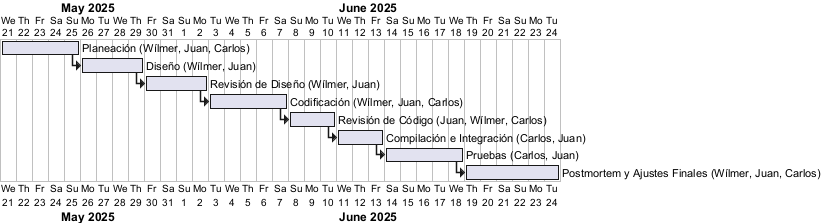
The PlantUML diagram Diagramas/PNG/calendario.png in wilmereleon/PlenaStudio, before a commit. The source it was exported from:
```plantuml
@startgantt
Project starts 2025-05-21

[Planeación (Wílmer, Juan, Carlos)] requires 5 days

[Diseño (Wílmer, Juan)] requires 4 days
[Diseño (Wílmer, Juan)] starts at [Planeación (Wílmer, Juan, Carlos)]'s end

[Revisión de Diseño (Wílmer, Juan)] requires 4 days
[Revisión de Diseño (Wílmer, Juan)] starts at [Diseño (Wílmer, Juan)]'s end

[Codificación (Wílmer, Juan, Carlos)] requires 5 days
[Codificación (Wílmer, Juan, Carlos)] starts at [Revisión de Diseño (Wílmer, Juan)]'s end

[Revisión de Código (Juan, Wílmer, Carlos)] requires 3 days
[Revisión de Código (Juan, Wílmer, Carlos)] starts at [Codificación (Wílmer, Juan, Carlos)]'s end

[Compilación e Integración (Carlos, Juan)] requires 3 days
[Compilación e Integración (Carlos, Juan)] starts at [Revisión de Código (Juan, Wílmer, Carlos)]'s end

[Pruebas (Carlos, Juan)] requires 5 days
[Pruebas (Carlos, Juan)] starts at [Compilación e Integración (Carlos, Juan)]'s end

[Postmortem y Ajustes Finales (Wílmer, Juan, Carlos)] requires 6 days
[Postmortem y Ajustes Finales (Wílmer, Juan, Carlos)] starts at [Pruebas (Carlos, Juan)]'s end

@endgantt
```
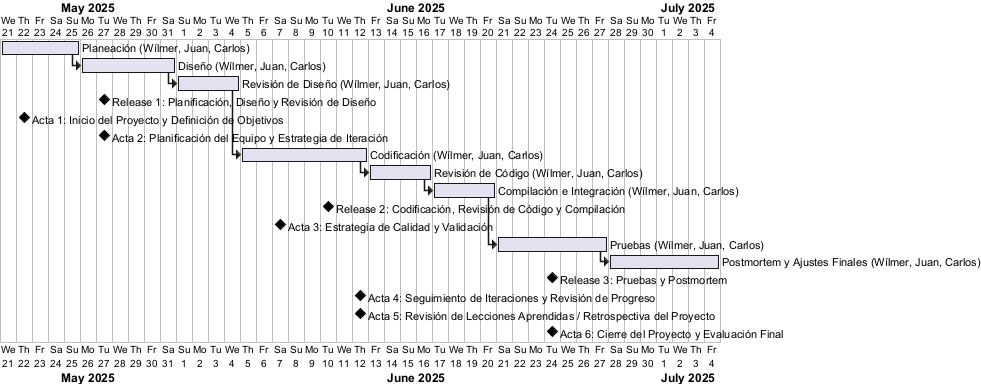
After the change.

Commit message:
Actualización de calendario

The edit, as a diff of the source:
```diff
@@ -1,27 +1,37 @@
 @startgantt
 Project starts 2025-05-21
 
-[Planeación (Wílmer, Juan, Carlos)] requires 5 days
+[Planeación (Wílmer, Juan, Carlos)] lasts 5 days
+[Diseño (Wílmer, Juan, Carlos)] lasts 6 days
+[Diseño (Wílmer, Juan, Carlos)] starts at [Planeación (Wílmer, Juan, Carlos)]'s end
+[Revisión de Diseño (Wílmer, Juan, Carlos)] lasts 4 days
+[Revisión de Diseño (Wílmer, Juan, Carlos)] starts at [Diseño (Wílmer, Juan, Carlos)]'s end
 
-[Diseño (Wílmer, Juan)] requires 4 days
-[Diseño (Wílmer, Juan)] starts at [Planeación (Wílmer, Juan, Carlos)]'s end
+[Release 1: Planificación, Diseño y Revisión de Diseño] happens on 2025-05-27
 
-[Revisión de Diseño (Wílmer, Juan)] requires 4 days
-[Revisión de Diseño (Wílmer, Juan)] starts at [Diseño (Wílmer, Juan)]'s end
+[Acta 1: Inicio del Proyecto y Definición de Objetivos] happens on 2025-05-22
+[Acta 2: Planificación del Equipo y Estrategia de Iteración] happens on 2025-05-27
 
-[Codificación (Wílmer, Juan, Carlos)] requires 5 days
-[Codificación (Wílmer, Juan, Carlos)] starts at [Revisión de Diseño (Wílmer, Juan)]'s end
+[Codificación (Wílmer, Juan, Carlos)] lasts 8 days
+[Codificación (Wílmer, Juan, Carlos)] starts at [Revisión de Diseño (Wílmer, Juan, Carlos)]'s end
+[Revisión de Código (Wílmer, Juan, Carlos)] lasts 4 days
+[Revisión de Código (Wílmer, Juan, Carlos)] starts at [Codificación (Wílmer, Juan, Carlos)]'s end
+[Compilación e Integración (Wílmer, Juan, Carlos)] lasts 4 days
+[Compilación e Integración (Wílmer, Juan, Carlos)] starts at [Revisión de Código (Wílmer, Juan, Carlos)]'s end
 
-[Revisión de Código (Juan, Wílmer, Carlos)] requires 3 days
-[Revisión de Código (Juan, Wílmer, Carlos)] starts at [Codificación (Wílmer, Juan, Carlos)]'s end
+[Release 2: Codificación, Revisión de Código y Compilación] happens on 2025-06-10
 
-[Compilación e Integración (Carlos, Juan)] requires 3 days
-[Compilación e Integración (Carlos, Juan)] starts at [Revisión de Código (Juan, Wílmer, Carlos)]'s end
+[Acta 3: Estrategia de Calidad y Validación] happens on 2025-06-07
 
-[Pruebas (Carlos, Juan)] requires 5 days
-[Pruebas (Carlos, Juan)] starts at [Compilación e Integración (Carlos, Juan)]'s end
+[Pruebas (Wílmer, Juan, Carlos)] lasts 7 days
+[Pruebas (Wílmer, Juan, Carlos)] starts at [Compilación e Integración (Wílmer, Juan, Carlos)]'s end
+[Postmortem y Ajustes Finales (Wílmer, Juan, Carlos)] lasts 7 days
+[Postmortem y Ajustes Finales (Wílmer, Juan, Carlos)] starts at [Pruebas (Wílmer, Juan, Carlos)]'s end
 
-[Postmortem y Ajustes Finales (Wílmer, Juan, Carlos)] requires 6 days
-[Postmortem y Ajustes Finales (Wílmer, Juan, Carlos)] starts at [Pruebas (Carlos, Juan)]'s end
+[Release 3: Pruebas y Postmortem] happens on 2025-06-24
+
+[Acta 4: Seguimiento de Iteraciones y Revisión de Progreso] happens on 2025-06-12
+[Acta 5: Revisión de Lecciones Aprendidas / Retrospectiva del Proyecto] happens on 2025-06-12
+[Acta 6: Cierre del Proyecto y Evaluación Final] happens on 2025-06-24
 
 @endgantt
```
